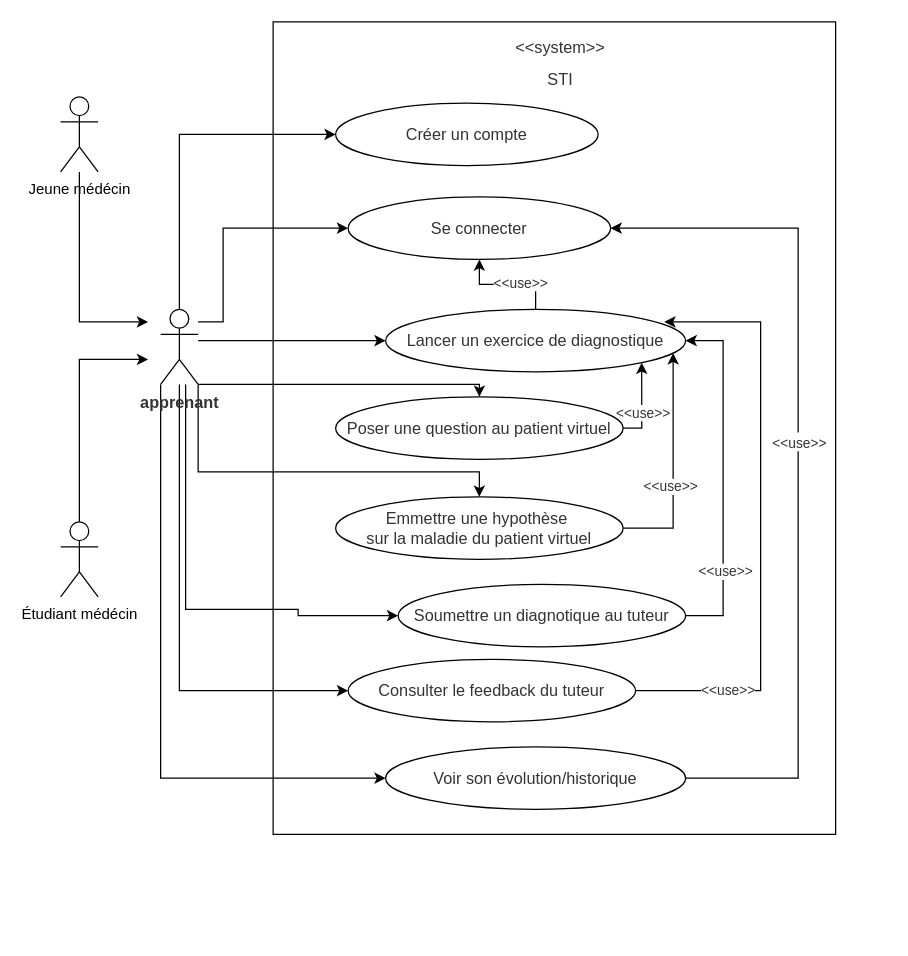
Earlier version of the draw.io diagram page "Use case Diagram" (2 of 2) of diagrams_uml/context.drawio (script-0/STI_ENSPY_2022). Source tidied: cells renumbered, new cells numbered last; positions are measured from the earlier drawing's top-left corner, leaving out a move shared by most shapes. Both pictures are drawn from the tidied source at 125%, with x=0, y=0 at pixel (60, 21).
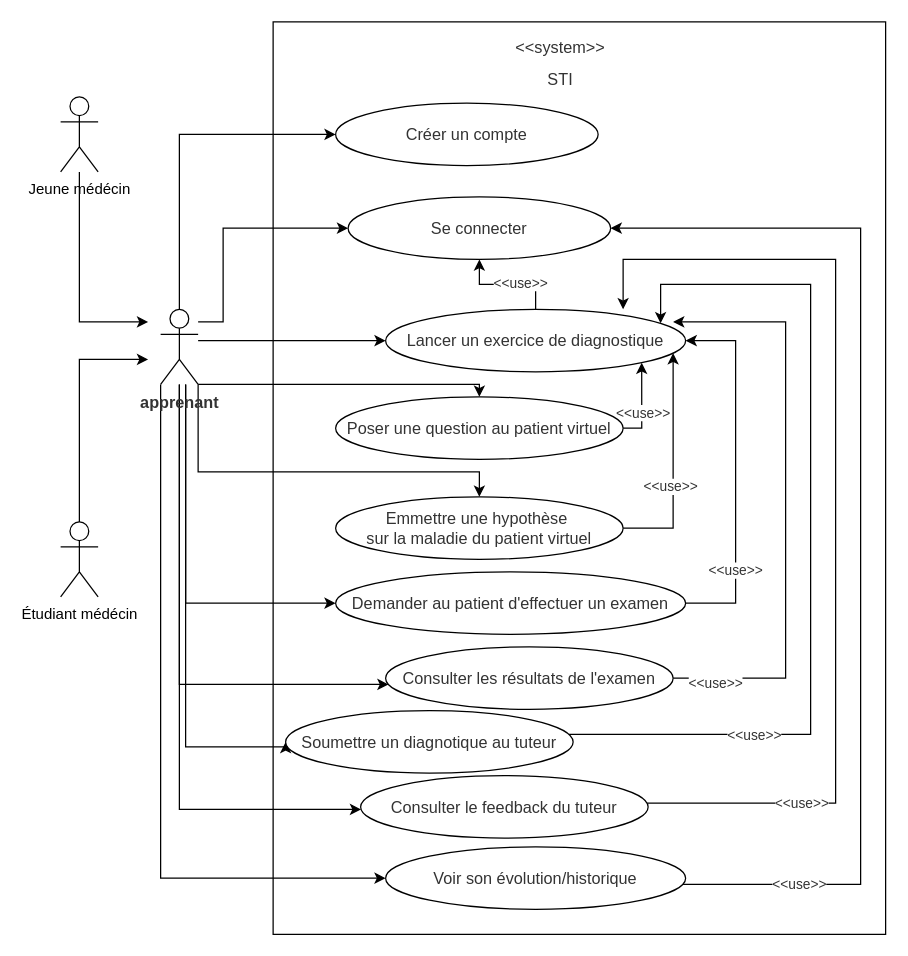
Above is the later version.

The change refers to these unchanged cells:
```xml
<mxCell id="17" value="&lt;b&gt;apprenant&lt;/b&gt;" style="shape=umlActor;verticalLabelPosition=bottom;verticalAlign=top;html=1;outlineConnect=0;fontSize=13;fontColor=#333333;strokeWidth=1;fillColor=#FFFFFF;" parent="1" vertex="1">
  <mxGeometry x="80" y="230" width="30" height="60" as="geometry" />
</mxCell>
<mxCell id="18" value="Se connecter" style="ellipse;whiteSpace=wrap;html=1;fontSize=13;fontColor=#333333;strokeWidth=1;fillColor=#FFFFFF;" parent="1" vertex="1">
  <mxGeometry x="230" y="140" width="210" height="50" as="geometry" />
</mxCell>
<mxCell id="21" value="Lancer un exercice de diagnostique" style="ellipse;whiteSpace=wrap;html=1;fontSize=13;fontColor=#333333;strokeWidth=1;fillColor=#FFFFFF;" parent="1" vertex="1">
  <mxGeometry x="260" y="230" width="240" height="50" as="geometry" />
</mxCell>
```

Change to the diagram source:
```diff
@@
     <mxCell id="4" style="rounded=0;whiteSpace=wrap;html=1;fillColor=#FFFFFF;" parent="1" vertex="1">
-      <mxGeometry x="170" width="450" height="650" as="geometry" />
+      <mxGeometry x="170" width="490" height="730" as="geometry" />
     </mxCell>
@@
     <mxCell id="14" style="edgeStyle=orthogonalEdgeStyle;rounded=0;jettySize=auto;html=1;entryX=0;entryY=0.5;entryDx=0;entryDy=0;fontSize=11;fontColor=#333333;" parent="1" edge="1" source="17" target="33">
       <mxGeometry relative="1" as="geometry">
         <Array as="points">
-          <mxPoint x="100" y="470" />
-          <mxPoint x="190" y="470" />
-          <mxPoint x="190" y="475" />
+          <mxPoint x="100" y="580" />
+          <mxPoint x="180" y="580" />
         </Array>
       </mxGeometry>
     </mxCell>
     <mxCell id="15" style="edgeStyle=orthogonalEdgeStyle;rounded=0;jettySize=auto;html=1;fontSize=11;fontColor=#333333;" parent="1" edge="1" source="17" target="36">
       <mxGeometry relative="1" as="geometry">
         <Array as="points">
-          <mxPoint x="95" y="535" />
+          <mxPoint x="95" y="630" />
         </Array>
       </mxGeometry>
     </mxCell>
     <mxCell id="16" style="edgeStyle=orthogonalEdgeStyle;rounded=0;jettySize=auto;html=1;fontSize=11;fontColor=#333333;" parent="1" edge="1" source="17" target="24">
       <mxGeometry relative="1" as="geometry">
         <Array as="points">
-          <mxPoint x="80" y="605" />
+          <mxPoint x="80" y="685" />
         </Array>
       </mxGeometry>
     </mxCell>
+    <mxCell id="37" style="edgeStyle=orthogonalEdgeStyle;rounded=0;jettySize=auto;html=1;fontSize=11;fontColor=#333333;" parent="1" edge="1" source="17" target="41">
+      <mxGeometry relative="1" as="geometry">
+        <Array as="points">
+          <mxPoint x="100" y="465" />
+        </Array>
+      </mxGeometry>
+    </mxCell>
+    <mxCell id="38" style="edgeStyle=orthogonalEdgeStyle;rounded=0;jettySize=auto;html=1;fontSize=11;fontColor=#333333;" parent="1" edge="1" source="17" target="44">
+      <mxGeometry relative="1" as="geometry">
+        <Array as="points">
+          <mxPoint x="95" y="530" />
+        </Array>
+      </mxGeometry>
+    </mxCell>
@@
     <mxCell id="22" style="edgeStyle=orthogonalEdgeStyle;rounded=0;jettySize=auto;html=1;fontSize=13;fontColor=#333333;" parent="1" edge="1" source="24" target="18">
       <mxGeometry relative="1" as="geometry">
         <Array as="points">
-          <mxPoint x="590" y="605" />
-          <mxPoint x="590" y="165" />
+          <mxPoint x="640" y="690" />
+          <mxPoint x="640" y="165" />
         </Array>
       </mxGeometry>
     </mxCell>
     <mxCell id="23" value="&lt;font style=&quot;font-size: 11px&quot;&gt;&amp;lt;&amp;lt;use&amp;gt;&amp;gt;&lt;/font&gt;" style="edgeLabel;html=1;align=center;verticalAlign=middle;fontSize=13;fontColor=#333333;" parent="22" vertex="1">
       <mxGeometry x="0.06" y="-1" relative="1" as="geometry">
-        <mxPoint x="-1" as="offset" />
+        <mxPoint x="-51" y="316" as="offset" />
       </mxGeometry>
     </mxCell>
     <mxCell id="24" value="Voir son évolution/historique" style="ellipse;whiteSpace=wrap;html=1;fontSize=13;fontColor=#333333;strokeWidth=1;fillColor=#FFFFFF;" parent="1" vertex="1">
-      <mxGeometry x="260" y="580" width="240" height="50" as="geometry" />
+      <mxGeometry x="260" y="660" width="240" height="50" as="geometry" />
     </mxCell>
@@
     <mxCell id="31" style="edgeStyle=orthogonalEdgeStyle;rounded=0;jettySize=auto;html=1;fontSize=11;fontColor=#333333;" parent="1" edge="1" source="33" target="21">
       <mxGeometry relative="1" as="geometry">
         <Array as="points">
-          <mxPoint x="530" y="475" />
-          <mxPoint x="530" y="255" />
+          <mxPoint x="600" y="570" />
+          <mxPoint x="600" y="210" />
+          <mxPoint x="480" y="210" />
         </Array>
       </mxGeometry>
     </mxCell>
     <mxCell id="32" value="&amp;lt;&amp;lt;use&amp;gt;&amp;gt;" style="edgeLabel;html=1;align=center;verticalAlign=middle;fontSize=11;fontColor=#333333;" parent="31" vertex="1">
-      <mxGeometry x="-0.53" y="-1" relative="1" as="geometry" />
+      <mxGeometry x="-0.53" y="-1" relative="1" as="geometry">
+        <mxPoint x="-18" y="-1" as="offset" />
+      </mxGeometry>
     </mxCell>
     <mxCell id="33" value="Soumettre un diagnotique au tuteur" style="ellipse;whiteSpace=wrap;html=1;fontSize=13;fontColor=#333333;strokeWidth=1;fillColor=#FFFFFF;" parent="1" vertex="1">
-      <mxGeometry x="270" y="450" width="230" height="50" as="geometry" />
+      <mxGeometry x="180" y="551" width="230" height="50" as="geometry" />
     </mxCell>
-    <mxCell id="34" style="edgeStyle=orthogonalEdgeStyle;rounded=0;jettySize=auto;html=1;fontSize=11;fontColor=#333333;entryX=0.929;entryY=0.2;entryDx=0;entryDy=0;entryPerimeter=0;" parent="1" edge="1" source="36" target="21">
+    <mxCell id="34" style="edgeStyle=orthogonalEdgeStyle;rounded=0;jettySize=auto;html=1;fontSize=11;fontColor=#333333;" parent="1" edge="1" source="36">
       <mxGeometry relative="1" as="geometry">
+        <mxPoint x="450" y="230" as="targetPoint" />
         <Array as="points">
-          <mxPoint x="560" y="535" />
-          <mxPoint x="560" y="240" />
+          <mxPoint x="620" y="625" />
+          <mxPoint x="620" y="190" />
+          <mxPoint x="450" y="190" />
         </Array>
       </mxGeometry>
     </mxCell>
@@
     <mxCell id="36" value="Consulter le feedback du tuteur" style="ellipse;whiteSpace=wrap;html=1;fontSize=13;fontColor=#333333;strokeWidth=1;fillColor=#FFFFFF;" parent="1" vertex="1">
-      <mxGeometry x="230" y="510" width="230" height="50" as="geometry" />
+      <mxGeometry x="240" y="603" width="230" height="50" as="geometry" />
     </mxCell>
+    <mxCell id="39" style="edgeStyle=orthogonalEdgeStyle;rounded=0;jettySize=auto;html=1;fontSize=11;fontColor=#333333;" parent="1" edge="1" source="41" target="21">
+      <mxGeometry relative="1" as="geometry">
+        <Array as="points">
+          <mxPoint x="540" y="465" />
+          <mxPoint x="540" y="255" />
+        </Array>
+      </mxGeometry>
+    </mxCell>
+    <mxCell id="40" value="&amp;lt;&amp;lt;use&amp;gt;&amp;gt;" style="edgeLabel;html=1;align=center;verticalAlign=middle;fontSize=11;fontColor=#333333;" parent="39" vertex="1">
+      <mxGeometry x="-0.54" y="1" relative="1" as="geometry" />
+    </mxCell>
+    <mxCell id="41" value="Demander au patient d'effectuer un examen" style="ellipse;whiteSpace=wrap;html=1;fontSize=13;fontColor=#333333;strokeWidth=1;fillColor=#FFFFFF;" parent="1" vertex="1">
+      <mxGeometry x="220" y="440" width="280" height="50" as="geometry" />
+    </mxCell>
+    <mxCell id="42" style="edgeStyle=orthogonalEdgeStyle;rounded=0;jettySize=auto;html=1;fontSize=11;fontColor=#333333;" parent="1" edge="1" source="44">
+      <mxGeometry relative="1" as="geometry">
+        <mxPoint x="490" y="240" as="targetPoint" />
+        <Array as="points">
+          <mxPoint x="580" y="525" />
+          <mxPoint x="580" y="240" />
+        </Array>
+      </mxGeometry>
+    </mxCell>
+    <mxCell id="43" value="&amp;lt;&amp;lt;use&amp;gt;&amp;gt;" style="edgeLabel;html=1;align=center;verticalAlign=middle;fontSize=11;fontColor=#333333;" parent="42" vertex="1">
+      <mxGeometry x="-0.86" y="-3" relative="1" as="geometry" />
+    </mxCell>
+    <mxCell id="44" value="Consulter les résultats de l'examen" style="ellipse;whiteSpace=wrap;html=1;fontSize=13;fontColor=#333333;strokeWidth=1;fillColor=#FFFFFF;" parent="1" vertex="1">
+      <mxGeometry x="260" y="500" width="230" height="50" as="geometry" />
+    </mxCell>
```
